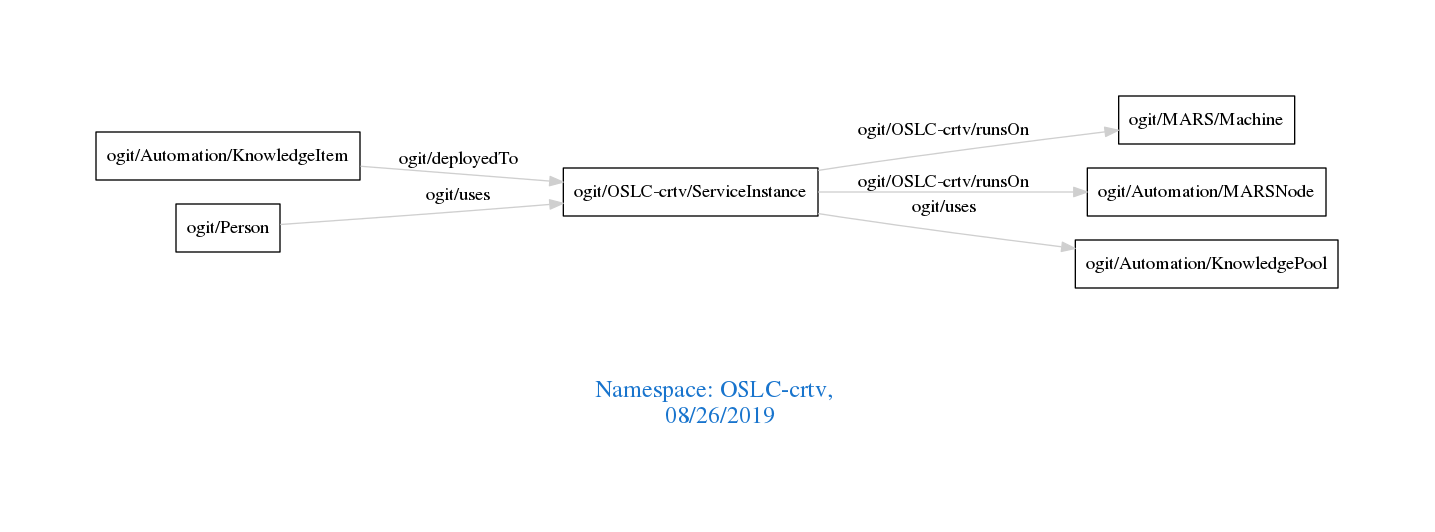
Before: downloads/OSLC-crtv.png, a diagram exported from Graphviz (arago/OGIT). Its source is kept beside it as downloads/OSLC-crtv.dot.
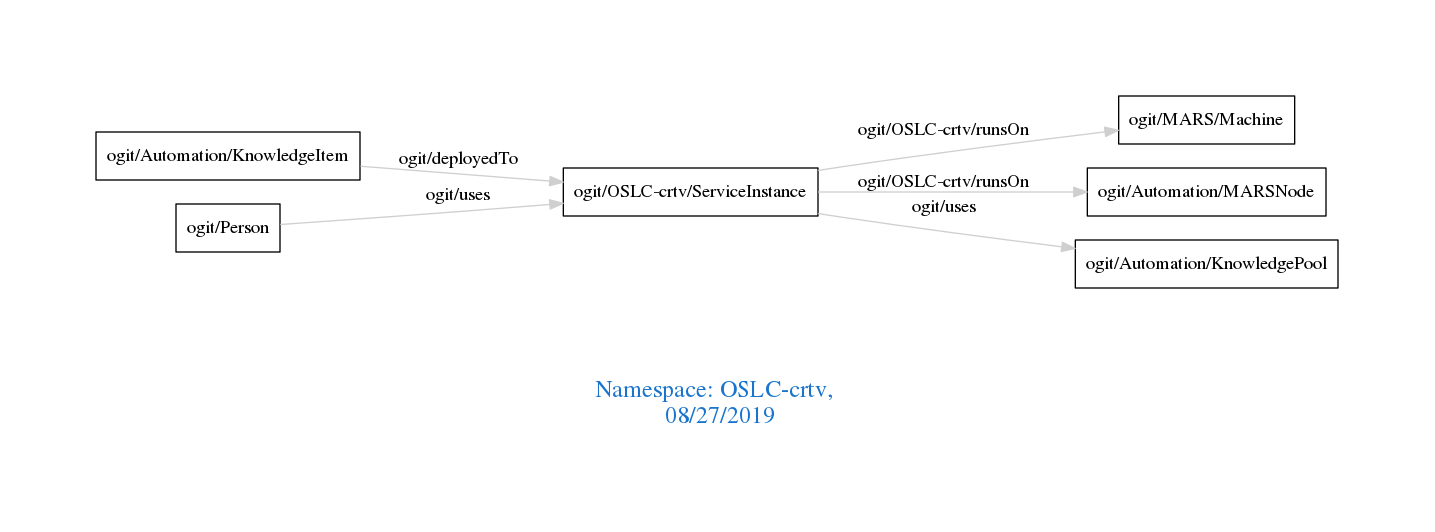
The same diagram one commit later.

What changed in the source:
```diff
@@ -1,7 +1,7 @@
 digraph OGIT_ontology {
  graph [ rankdir= LR,pad=1
 fontsize = 18,
-fontcolor= dodgerblue3,label = "\n\n\nNamespace: OSLC-crtv, \n 08/26/2019"];
+fontcolor= dodgerblue3,label = "\n\n\nNamespace: OSLC-crtv, \n 08/27/2019"];
 node[shape=polygon];
 edge [  color="gray81"];
 
```
